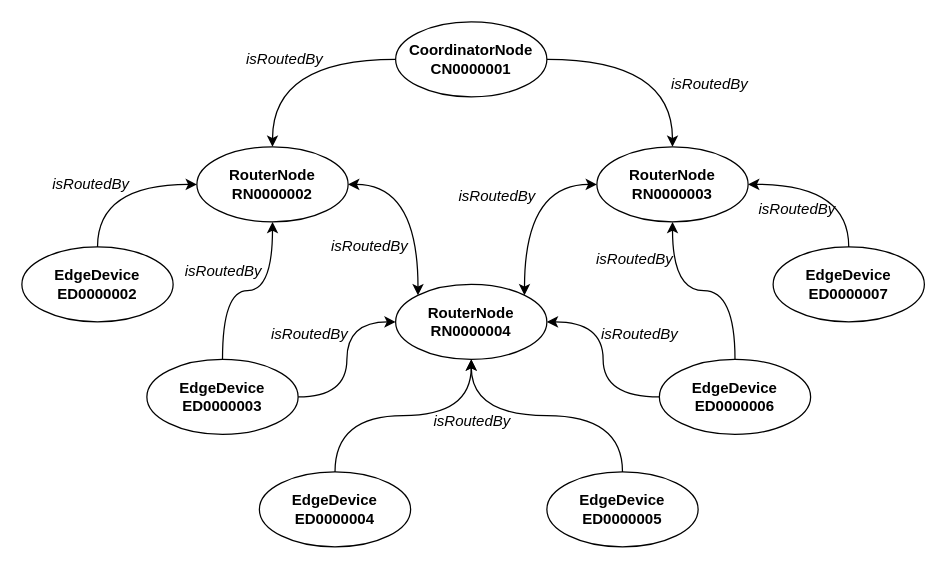
The draw.io diagram page "topologia" (9 of 9) of doc/Untitled Diagram.drawio in paganellif/ws-project-paganelli-2021, before the edit. Source tidied: cells renumbered, new cells numbered last; positions are measured from the earlier drawing's top-left corner, leaving out a move shared by most shapes. Both pictures are drawn from the tidied source at 125%, with x=0, y=0 at pixel (21, 21).
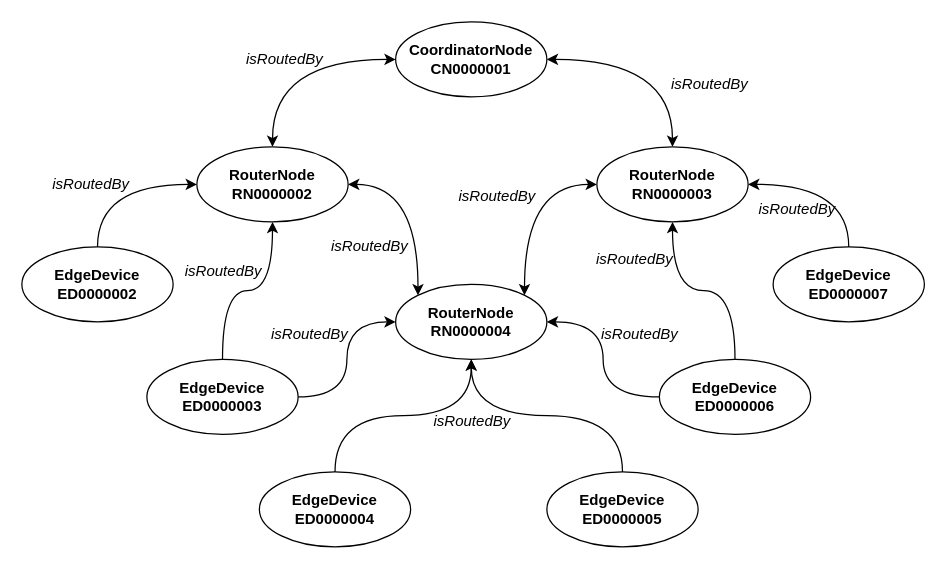
Above is the later version.

Commit message (it also covers changes not shown here):
fix wsn topology

The change refers to these unchanged cells:
```xml
<mxCell id="4" value="CoordinatorNode&lt;br&gt;CN0000001" style="ellipse;whiteSpace=wrap;html=1;fontStyle=1;" parent="1" vertex="1">
  <mxGeometry x="299" width="121" height="60" as="geometry" />
</mxCell>
<mxCell id="7" value="RouterNode&lt;br&gt;RN0000002" style="ellipse;whiteSpace=wrap;html=1;fontStyle=1;" parent="1" vertex="1">
  <mxGeometry x="140" y="100" width="121" height="60" as="geometry" />
</mxCell>
<mxCell id="16" value="RouterNode&lt;br&gt;RN0000003" style="ellipse;whiteSpace=wrap;html=1;fontStyle=1;" parent="1" vertex="1">
  <mxGeometry x="460" y="100" width="121" height="60" as="geometry" />
</mxCell>
```

The edit, as a diff of the source:
```diff
@@
-    <mxCell id="2" style="edgeStyle=orthogonalEdgeStyle;jettySize=auto;html=1;curved=1;entryX=0.5;entryY=0;entryDx=0;entryDy=0;startArrow=none;startFill=0;endArrow=classic;endFill=1;" parent="1" edge="1" source="4" target="7">
+    <mxCell id="2" style="edgeStyle=orthogonalEdgeStyle;jettySize=auto;html=1;curved=1;entryX=0.5;entryY=0;entryDx=0;entryDy=0;startArrow=classic;startFill=1;endArrow=classic;endFill=1;" parent="1" edge="1" source="4" target="7">
       <mxGeometry relative="1" as="geometry">
         <Array as="points">
           <mxPoint x="201" y="30" />
         </Array>
       </mxGeometry>
     </mxCell>
-    <mxCell id="3" style="edgeStyle=orthogonalEdgeStyle;curved=1;jettySize=auto;html=1;entryX=0.5;entryY=0;entryDx=0;entryDy=0;startArrow=none;startFill=0;endArrow=classic;endFill=1;" parent="1" edge="1" source="4" target="16">
+    <mxCell id="3" style="edgeStyle=orthogonalEdgeStyle;curved=1;jettySize=auto;html=1;entryX=0.5;entryY=0;entryDx=0;entryDy=0;startArrow=classic;startFill=1;endArrow=classic;endFill=1;" parent="1" edge="1" source="4" target="16">
       <mxGeometry relative="1" as="geometry" />
     </mxCell>
```
